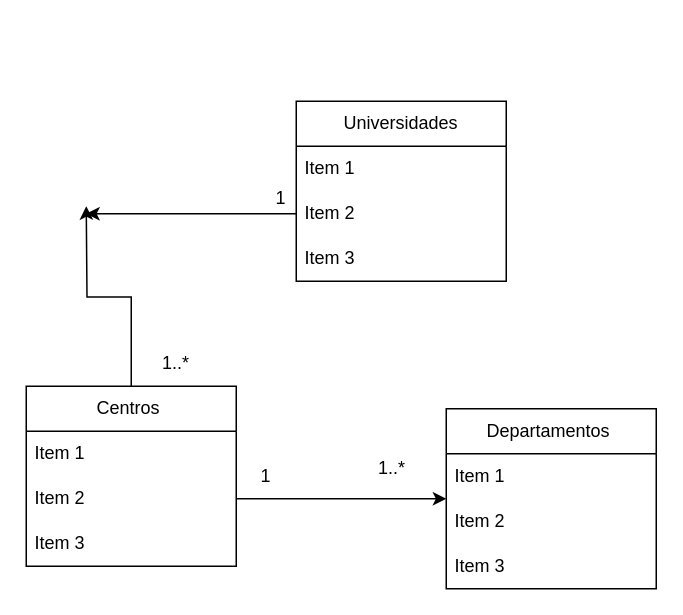
The draw.io diagram page "Página-1" (1 of 2) of estudo pra prova.drawio in livramos/Modelagem-de-Dados-, before the edit. Source tidied: cells renumbered, new cells numbered last; positions are measured from the earlier drawing's top-left corner, leaving out a move shared by most shapes. Both pictures are drawn from the tidied source at 150%, with x=0, y=0 at pixel (26, 100).
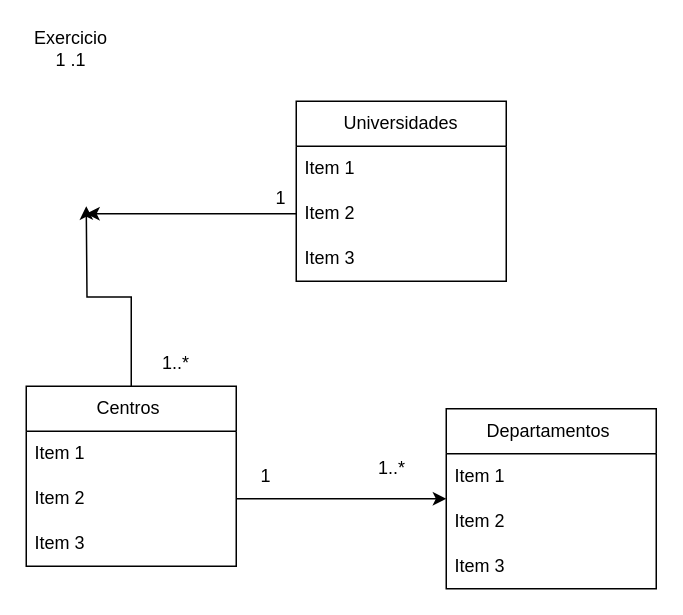
After the change.

Change to the diagram source:
```diff
@@
+    <mxCell id="21" value="Exercicio 1 .1" style="text;strokeColor=none;align=center;fillColor=none;html=1;verticalAlign=middle;whiteSpace=wrap;rounded=0;" parent="1" vertex="1">
+      <mxGeometry y="-50" width="60" height="30" as="geometry" />
+    </mxCell>
```
